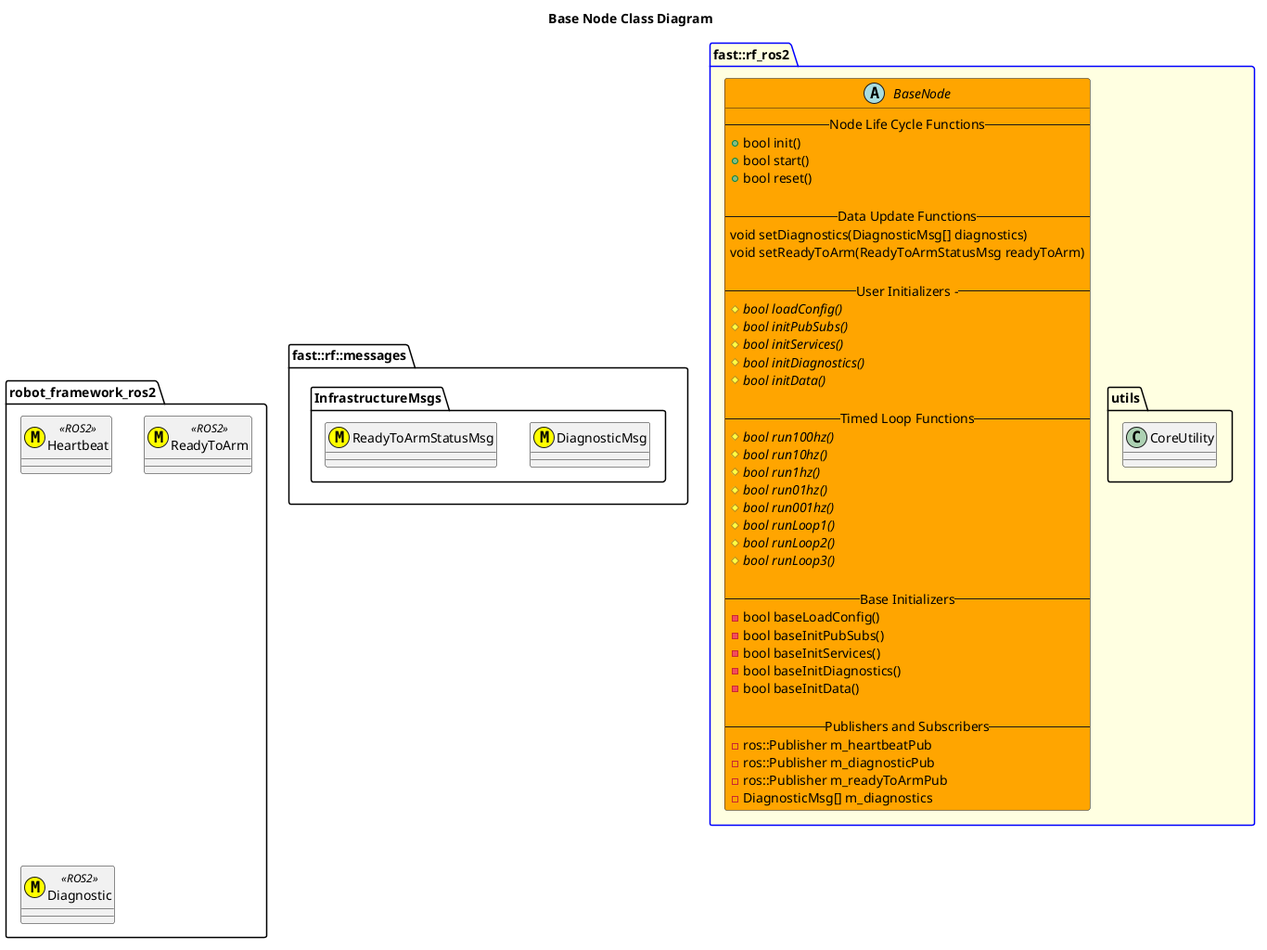
Above: include/robot_framework_ros2/doc/puml/BaseNodeClassDiagram.png in fastrobotics/robot_framework_ros2 (PlantUML), before the change. Source of this version:
```plantuml
@startuml
title Base Node Class Diagram
namespace fast::rf::messages {
    namespace InfrastructureMsgs {
        class DiagnosticMsg <<(M,#FFFF00)>>
        class ReadyToArmStatusMsg <<(M,#FFFF00)>>
    }
}
namespace robot_framework_ros2 {
    class Heartbeat <<(M,#FFFF00)>> <<ROS2>>
    class ReadyToArm <<(M,#FFFF00)>> <<ROS2>>
    class Diagnostic <<(M,#FFFF00)>> <<ROS2>>
}
package fast::rf_ros2 #LightYellow;line:blue {
    namespace utils {
        class CoreUtility
    }
    abstract BaseNode #Orange{
        --Node Life Cycle Functions--
        +bool init()
        +bool start()
        +bool reset()

        --Data Update Functions--
        void setDiagnostics(DiagnosticMsg[] diagnostics)
        void setReadyToArm(ReadyToArmStatusMsg readyToArm)

        -- User Initializers ---
        #{abstract} bool loadConfig()
        #{abstract} bool initPubSubs()
        #{abstract} bool initServices()
        #{abstract} bool initDiagnostics()
        #{abstract} bool initData()

        --Timed Loop Functions--
        #{abstract} bool run100hz()
        #{abstract} bool run10hz()
        #{abstract} bool run1hz()
        #{abstract} bool run01hz()
        #{abstract} bool run001hz()
        #{abstract} bool runLoop1()
        #{abstract} bool runLoop2()
        #{abstract} bool runLoop3()

        -- Base Initializers --
        -bool baseLoadConfig()
        -bool baseInitPubSubs()
        -bool baseInitServices()
        -bool baseInitDiagnostics()
        -bool baseInitData()

        --Publishers and Subscribers--
        -ros::Publisher m_heartbeatPub
        -ros::Publisher m_diagnosticPub
        -ros::Publisher m_readyToArmPub
        -DiagnosticMsg[] m_diagnostics
    }
}
@enduml
```
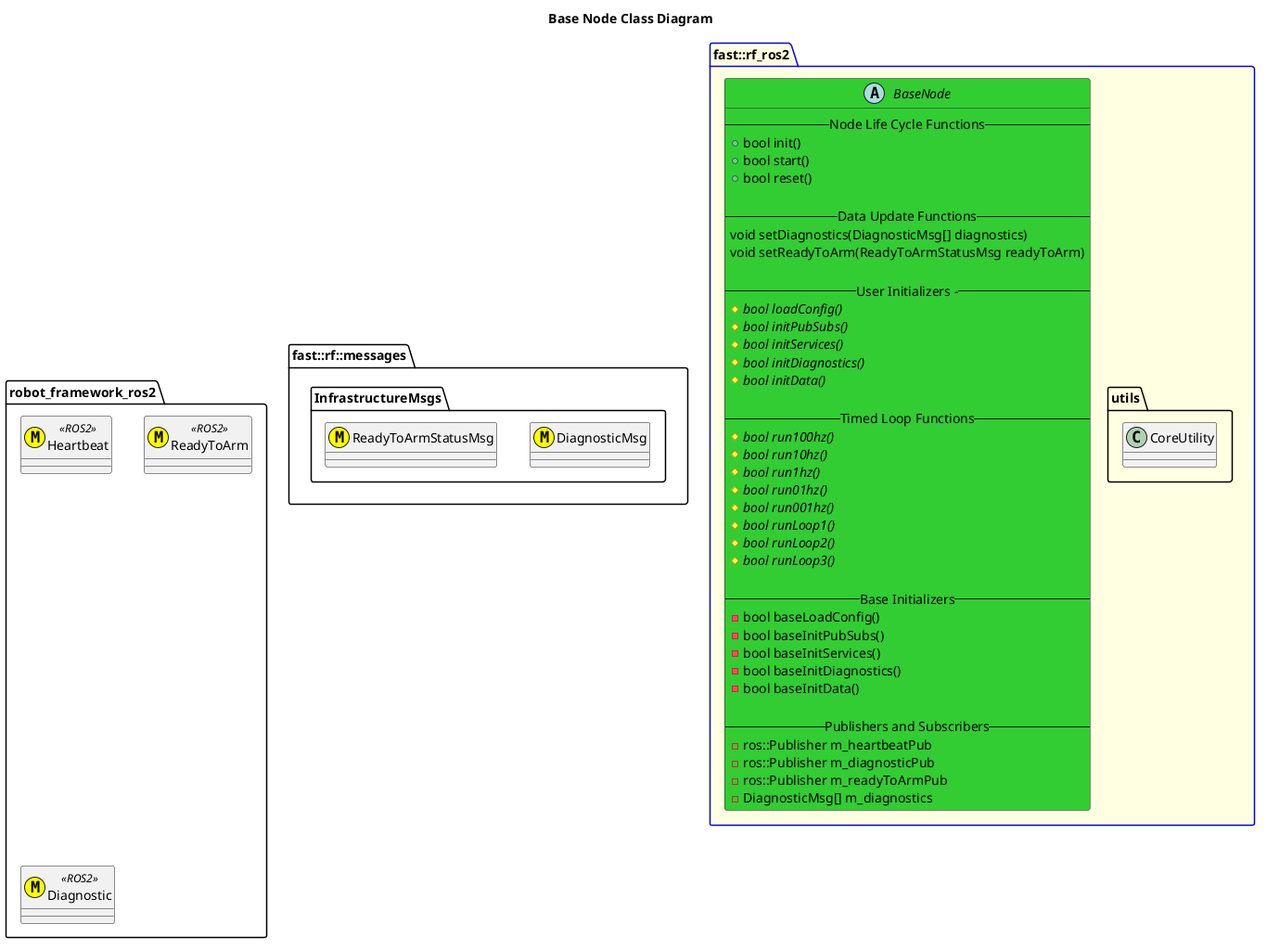
After the commit.

Diff of the diagram source:
```diff
@@ -15,7 +15,7 @@
     namespace utils {
         class CoreUtility
     }
-    abstract BaseNode #Orange{
+    abstract BaseNode #LimeGreen{
         --Node Life Cycle Functions--
         +bool init()
         +bool start()
```
